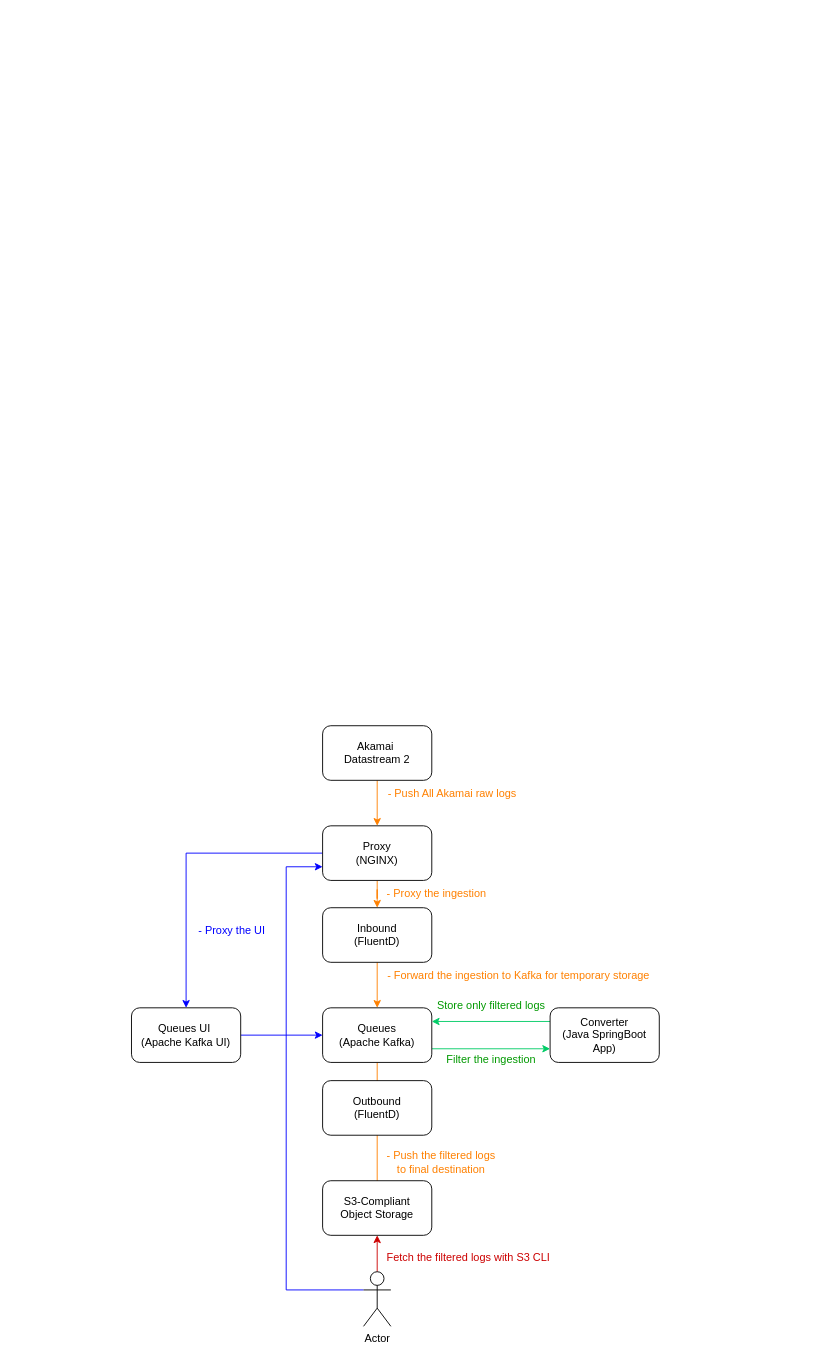
fvilarinho/akamai-ds2-dataflow keeps this draw.io diagram as architecture.drawio. Above is the earlier version. Source tidied: cells renumbered, new cells numbered last; positions are measured from the earlier drawing's top-left corner, leaving out a move shared by most shapes. Both pictures are drawn from the tidied source at 91%, with x=0, y=0 at pixel (131, 725).
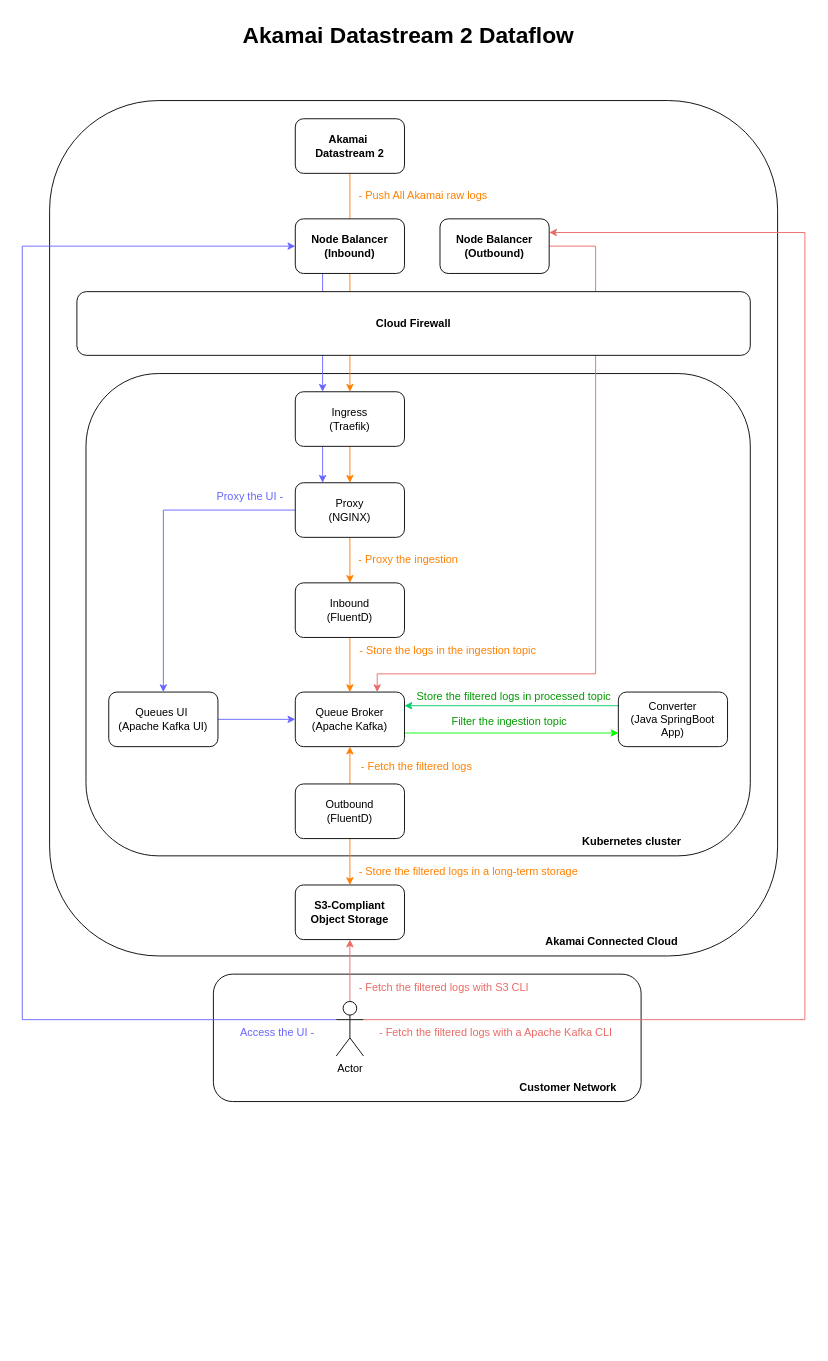
The same page after the edit.

What changed in the source:
```diff
@@
+    <mxCell id="29" style="rounded=1;whiteSpace=wrap;html=1;fillColor=none;" parent="1" vertex="1">
+      <mxGeometry x="-90" y="-687" width="800" height="940" as="geometry" />
+    </mxCell>
+    <mxCell id="30" style="rounded=1;whiteSpace=wrap;html=1;fillColor=none;" parent="1" vertex="1">
+      <mxGeometry x="90" y="273" width="470" height="140" as="geometry" />
+    </mxCell>
+    <mxCell id="31" style="rounded=1;whiteSpace=wrap;html=1;fillColor=none;" parent="1" vertex="1">
+      <mxGeometry x="-50" y="-387" width="730" height="530" as="geometry" />
+    </mxCell>
-    <mxCell id="2" style="edgeStyle=orthogonalEdgeStyle;rounded=0;jettySize=auto;html=1;exitX=0.5;exitY=1;exitDx=0;exitDy=0;strokeColor=#FF8000;" parent="1" edge="1" source="3" target="6">
+    <mxCell id="2" style="edgeStyle=orthogonalEdgeStyle;rounded=0;jettySize=auto;html=1;exitX=0.5;exitY=1;exitDx=0;exitDy=0;strokeColor=#FF8000;" parent="1" edge="1" source="41" target="6">
       <mxGeometry relative="1" as="geometry" />
     </mxCell>
+    <mxCell id="32" style="edgeStyle=orthogonalEdgeStyle;rounded=0;jettySize=auto;html=1;exitX=0.5;exitY=1;exitDx=0;exitDy=0;strokeColor=#FF8000;" parent="1" edge="1" source="3" target="41">
+      <mxGeometry relative="1" as="geometry" />
+    </mxCell>
-    <mxCell id="3" value="Akamai&amp;nbsp;&lt;div&gt;Datastream 2&lt;/div&gt;" style="rounded=1;whiteSpace=wrap;html=1;" parent="1" vertex="1">
-      <mxGeometry x="210" width="120" height="60" as="geometry" />
+    <mxCell id="3" value="Akamai&amp;nbsp;&lt;div&gt;Datastream 2&lt;/div&gt;" style="rounded=1;whiteSpace=wrap;html=1;fontStyle=1;" parent="1" vertex="1">
+      <mxGeometry x="180" y="-667" width="120" height="60" as="geometry" />
     </mxCell>
@@
-    <mxCell id="5" style="edgeStyle=orthogonalEdgeStyle;rounded=0;jettySize=auto;html=1;entryX=0.5;entryY=0;entryDx=0;entryDy=0;strokeColor=#0000FF;" parent="1" edge="1" source="6" target="24">
+    <mxCell id="5" style="edgeStyle=orthogonalEdgeStyle;rounded=0;jettySize=auto;html=1;entryX=0.5;entryY=0;entryDx=0;entryDy=0;strokeColor=#6666FF;" parent="1" edge="1" source="6" target="24">
       <mxGeometry relative="1" as="geometry" />
     </mxCell>
     <mxCell id="6" value="Proxy&lt;div&gt;(NGINX)&lt;/div&gt;" style="rounded=1;whiteSpace=wrap;html=1;" parent="1" vertex="1">
-      <mxGeometry x="210" y="110" width="120" height="60" as="geometry" />
+      <mxGeometry x="180" y="-267" width="120" height="60" as="geometry" />
     </mxCell>
@@
     <mxCell id="8" value="Inbound&lt;div&gt;(FluentD)&lt;/div&gt;" style="rounded=1;whiteSpace=wrap;html=1;" parent="1" vertex="1">
-      <mxGeometry x="210" y="200" width="120" height="60" as="geometry" />
+      <mxGeometry x="180" y="-157" width="120" height="60" as="geometry" />
     </mxCell>
-    <mxCell id="9" style="rounded=0;jettySize=auto;html=1;exitX=0.5;exitY=1;exitDx=0;exitDy=0;strokeColor=#FF8000;" parent="1" edge="1" source="11" target="14">
-      <mxGeometry relative="1" as="geometry">
-        <Array as="points">
-          <mxPoint x="270" y="550" />
-        </Array>
-      </mxGeometry>
-    </mxCell>
-    <mxCell id="10" style="edgeStyle=orthogonalEdgeStyle;rounded=0;jettySize=auto;html=1;exitX=1;exitY=0.75;exitDx=0;exitDy=0;entryX=0;entryY=0.75;entryDx=0;entryDy=0;fontColor=#009900;strokeColor=#00CC66;" parent="1" edge="1" source="11" target="13">
+    <mxCell id="10" style="edgeStyle=orthogonalEdgeStyle;rounded=0;jettySize=auto;html=1;exitX=1;exitY=0.75;exitDx=0;exitDy=0;entryX=0;entryY=0.75;entryDx=0;entryDy=0;strokeColor=#00FF00;" parent="1" edge="1" source="11" target="13">
       <mxGeometry relative="1" as="geometry" />
     </mxCell>
-    <mxCell id="11" value="Queues&lt;div&gt;(Apache Kafka)&lt;/div&gt;" style="rounded=1;whiteSpace=wrap;html=1;" parent="1" vertex="1">
-      <mxGeometry x="210" y="310" width="120" height="60" as="geometry" />
+    <mxCell id="11" value="Queue Broker&lt;div&gt;(Apache Kafka)&lt;/div&gt;" style="rounded=1;whiteSpace=wrap;html=1;" parent="1" vertex="1">
+      <mxGeometry x="180" y="-37" width="120" height="60" as="geometry" />
     </mxCell>
@@
     <mxCell id="13" value="Converter&lt;div&gt;(Java SpringBoot App)&lt;/div&gt;" style="rounded=1;whiteSpace=wrap;html=1;" parent="1" vertex="1">
-      <mxGeometry x="460" y="310" width="120" height="60" as="geometry" />
+      <mxGeometry x="535" y="-37" width="120" height="60" as="geometry" />
     </mxCell>
-    <mxCell id="14" value="S3-Compliant&lt;div&gt;Object Storage&lt;/div&gt;" style="rounded=1;whiteSpace=wrap;html=1;" parent="1" vertex="1">
-      <mxGeometry x="210" y="500" width="120" height="60" as="geometry" />
+    <mxCell id="14" value="S3-Compliant&lt;div&gt;Object Storage&lt;/div&gt;" style="rounded=1;whiteSpace=wrap;html=1;fontStyle=1;" parent="1" vertex="1">
+      <mxGeometry x="180" y="175" width="120" height="60" as="geometry" />
     </mxCell>
     <mxCell id="15" value="- Proxy the ingestion" style="text;html=1;align=center;verticalAlign=middle;strokeColor=none;fillColor=none;fontColor=#FF8000;" parent="1" vertex="1">
-      <mxGeometry x="270" y="170" width="130" height="30" as="geometry" />
+      <mxGeometry x="239" y="-197" width="130" height="30" as="geometry" />
     </mxCell>
-    <mxCell id="16" value="- Forward the ingestion to Kafka for temporary storage" style="text;html=1;align=center;verticalAlign=middle;strokeColor=none;fillColor=none;fontColor=#FF8000;" parent="1" vertex="1">
-      <mxGeometry x="270" y="260" width="310" height="30" as="geometry" />
+    <mxCell id="16" value="- Store the logs in the ingestion topic&amp;nbsp;" style="text;html=1;align=center;verticalAlign=middle;strokeColor=none;fillColor=none;fontColor=#FF8000;" parent="1" vertex="1">
+      <mxGeometry x="239" y="-97" width="220" height="30" as="geometry" />
     </mxCell>
-    <mxCell id="17" value="Filter the ingestion" style="text;html=1;align=center;verticalAlign=middle;strokeColor=none;fillColor=none;fontColor=#009900;" parent="1" vertex="1">
-      <mxGeometry x="335" y="352" width="120" height="30" as="geometry" />
-    </mxCell>
-    <mxCell id="18" value="Store only filtered logs" style="text;html=1;align=center;verticalAlign=middle;strokeColor=none;fillColor=none;fontColor=#009900;" parent="1" vertex="1">
-      <mxGeometry x="325" y="292.5" width="140" height="30" as="geometry" />
+    <mxCell id="18" value="Store the filtered logs in processed topic" style="text;html=1;align=center;verticalAlign=middle;strokeColor=none;fillColor=none;fontColor=#009900;rotation=0;" parent="1" vertex="1">
+      <mxGeometry x="300" y="-47" width="240" height="30" as="geometry" />
     </mxCell>
-    <mxCell id="19" style="edgeStyle=orthogonalEdgeStyle;rounded=0;jettySize=auto;html=1;fontColor=#CC0000;strokeColor=#CC0000;entryX=0.5;entryY=1;entryDx=0;entryDy=0;" parent="1" edge="1" source="21" target="14">
+    <mxCell id="19" style="edgeStyle=orthogonalEdgeStyle;rounded=0;jettySize=auto;html=1;fontColor=#EA6B66;strokeColor=#EA6B66;entryX=0.5;entryY=1;entryDx=0;entryDy=0;" parent="1" edge="1" source="21" target="14">
       <mxGeometry relative="1" as="geometry" />
     </mxCell>
-    <mxCell id="20" style="edgeStyle=orthogonalEdgeStyle;rounded=0;jettySize=auto;html=1;entryX=0;entryY=0.75;entryDx=0;entryDy=0;strokeColor=#0000FF;exitX=0;exitY=0.3333333333333333;exitDx=0;exitDy=0;exitPerimeter=0;" parent="1" edge="1" source="21" target="6">
-      <mxGeometry relative="1" as="geometry">
-        <Array as="points">
-          <mxPoint x="170" y="620" />
-          <mxPoint x="170" y="155" />
-        </Array>
-      </mxGeometry>
-    </mxCell>
+    <mxCell id="33" style="edgeStyle=orthogonalEdgeStyle;rounded=0;jettySize=auto;html=1;entryX=0;entryY=0.5;entryDx=0;entryDy=0;strokeColor=#6666FF;" parent="1" edge="1" source="21" target="43">
+      <mxGeometry relative="1" as="geometry">
+        <Array as="points">
+          <mxPoint x="-120" y="323" />
+          <mxPoint x="-120" y="-527" />
+        </Array>
+      </mxGeometry>
+    </mxCell>
+    <mxCell id="34" style="edgeStyle=orthogonalEdgeStyle;rounded=0;jettySize=auto;html=1;strokeColor=#EA6B66;entryX=1;entryY=0.25;entryDx=0;entryDy=0;" parent="1" edge="1" source="21" target="45">
+      <mxGeometry relative="1" as="geometry">
+        <Array as="points">
+          <mxPoint x="740" y="323" />
+          <mxPoint x="740" y="-542" />
+        </Array>
+      </mxGeometry>
+    </mxCell>
     <mxCell id="21" value="Actor" style="shape=umlActor;verticalLabelPosition=bottom;verticalAlign=top;html=1;" parent="1" vertex="1">
-      <mxGeometry x="255" y="600" width="30" height="60" as="geometry" />
+      <mxGeometry x="225" y="303" width="30" height="60" as="geometry" />
     </mxCell>
-    <mxCell id="22" value="Fetch the filtered logs with S3 CLI" style="text;html=1;align=center;verticalAlign=middle;strokeColor=none;fillColor=none;fontColor=#CC0000;" parent="1" vertex="1">
-      <mxGeometry x="270" y="570" width="200" height="30" as="geometry" />
+    <mxCell id="22" value="- Fetch the filtered logs with S3 CLI" style="text;html=1;align=center;verticalAlign=middle;strokeColor=none;fillColor=none;fontColor=#EA6B66;" parent="1" vertex="1">
+      <mxGeometry x="238" y="273" width="210" height="30" as="geometry" />
     </mxCell>
-    <mxCell id="23" style="edgeStyle=orthogonalEdgeStyle;rounded=0;jettySize=auto;html=1;entryX=0;entryY=0.5;entryDx=0;entryDy=0;strokeColor=#0000FF;" parent="1" edge="1" source="24" target="11">
+    <mxCell id="23" style="edgeStyle=orthogonalEdgeStyle;rounded=0;jettySize=auto;html=1;entryX=0;entryY=0.5;entryDx=0;entryDy=0;strokeColor=#6666FF;" parent="1" edge="1" source="24" target="11">
       <mxGeometry relative="1" as="geometry" />
     </mxCell>
     <mxCell id="24" value="&lt;div&gt;Queues UI&amp;nbsp;&lt;/div&gt;&lt;div&gt;(Apache Kafka UI)&lt;/div&gt;" style="rounded=1;whiteSpace=wrap;html=1;" parent="1" vertex="1">
-      <mxGeometry y="310" width="120" height="60" as="geometry" />
+      <mxGeometry x="-25" y="-37" width="120" height="60" as="geometry" />
     </mxCell>
-    <mxCell id="25" value="- Proxy the UI" style="text;html=1;align=center;verticalAlign=middle;strokeColor=none;fillColor=none;fontColor=#0000FF;" parent="1" vertex="1">
-      <mxGeometry x="60" y="210" width="100" height="30" as="geometry" />
+    <mxCell id="25" value="&lt;font color=&quot;#6666ff&quot;&gt;Proxy the UI -&lt;/font&gt;" style="text;html=1;align=center;verticalAlign=middle;strokeColor=none;fillColor=none;fontColor=default;" parent="1" vertex="1">
+      <mxGeometry x="80" y="-267" width="100" height="30" as="geometry" />
     </mxCell>
+    <mxCell id="35" style="edgeStyle=orthogonalEdgeStyle;rounded=0;jettySize=auto;html=1;strokeColor=#FF8000;" parent="1" edge="1" source="27" target="11">
+      <mxGeometry relative="1" as="geometry" />
+    </mxCell>
+    <mxCell id="36" style="edgeStyle=orthogonalEdgeStyle;rounded=0;jettySize=auto;html=1;entryX=0.5;entryY=0;entryDx=0;entryDy=0;strokeColor=#FF8000;" parent="1" edge="1" source="27" target="14">
+      <mxGeometry relative="1" as="geometry" />
+    </mxCell>
+    <mxCell id="27" value="&lt;div&gt;Outbound&lt;/div&gt;&lt;div&gt;(FluentD)&lt;/div&gt;" style="rounded=1;whiteSpace=wrap;html=1;" parent="1" vertex="1">
+      <mxGeometry x="180" y="64" width="120" height="60" as="geometry" />
+    </mxCell>
     <mxCell id="26" value="- Push All Akamai raw logs" style="text;html=1;align=left;verticalAlign=middle;strokeColor=none;fillColor=none;fontColor=#FF8000;" parent="1" vertex="1">
-      <mxGeometry x="280" y="60" width="160" height="30" as="geometry" />
+      <mxGeometry x="248" y="-597" width="160" height="30" as="geometry" />
     </mxCell>
-    <mxCell id="27" value="&lt;div&gt;Outbound&lt;/div&gt;&lt;div&gt;(FluentD)&lt;/div&gt;" style="rounded=1;whiteSpace=wrap;html=1;" parent="1" vertex="1">
-      <mxGeometry x="210" y="390" width="120" height="60" as="geometry" />
-    </mxCell>
-    <mxCell id="28" value="- Push the filtered logs&lt;br&gt;to final destination" style="text;html=1;align=center;verticalAlign=middle;strokeColor=none;fillColor=none;fontColor=#FF8000;" parent="1" vertex="1">
-      <mxGeometry x="270" y="460" width="140" height="40" as="geometry" />
-    </mxCell>
+    <mxCell id="37" value="- Fetch the filtered logs" style="text;html=1;align=center;verticalAlign=middle;strokeColor=none;fillColor=none;fontColor=#FF8000;" parent="1" vertex="1">
+      <mxGeometry x="238" y="30" width="150" height="30" as="geometry" />
+    </mxCell>
+    <mxCell id="17" value="Filter the ingestion topic" style="text;html=1;align=center;verticalAlign=middle;strokeColor=none;fillColor=none;fontColor=#009900;" parent="1" vertex="1">
+      <mxGeometry x="340" y="-19" width="150" height="30" as="geometry" />
+    </mxCell>
+    <mxCell id="38" value="- Store the filtered logs in a long-term storage" style="text;html=1;align=center;verticalAlign=middle;strokeColor=none;fillColor=none;fontColor=#FF8000;" parent="1" vertex="1">
+      <mxGeometry x="240" y="145" width="260" height="30" as="geometry" />
+    </mxCell>
+    <mxCell id="39" value="Access the UI -" style="text;html=1;align=center;verticalAlign=middle;strokeColor=none;fillColor=none;fontColor=#6666FF;" parent="1" vertex="1">
+      <mxGeometry x="110" y="323" width="100" height="30" as="geometry" />
+    </mxCell>
+    <mxCell id="40" style="edgeStyle=orthogonalEdgeStyle;rounded=0;jettySize=auto;html=1;exitX=0.25;exitY=1;exitDx=0;exitDy=0;entryX=0.25;entryY=0;entryDx=0;entryDy=0;strokeColor=#6666FF;" parent="1" edge="1" source="41" target="6">
+      <mxGeometry relative="1" as="geometry" />
+    </mxCell>
+    <mxCell id="41" value="Ingress&lt;div&gt;(Traefik)&lt;/div&gt;" style="rounded=1;whiteSpace=wrap;html=1;" parent="1" vertex="1">
+      <mxGeometry x="180" y="-367" width="120" height="60" as="geometry" />
+    </mxCell>
+    <mxCell id="42" style="edgeStyle=orthogonalEdgeStyle;rounded=0;jettySize=auto;html=1;exitX=0.25;exitY=1;exitDx=0;exitDy=0;entryX=0.25;entryY=0;entryDx=0;entryDy=0;strokeColor=#6666FF;" parent="1" edge="1" source="43" target="41">
+      <mxGeometry relative="1" as="geometry" />
+    </mxCell>
+    <mxCell id="43" value="Node Balancer&lt;br&gt;(Inbound)" style="rounded=1;whiteSpace=wrap;html=1;fontStyle=1;" parent="1" vertex="1">
+      <mxGeometry x="180" y="-557" width="120" height="60" as="geometry" />
+    </mxCell>
+    <mxCell id="44" style="edgeStyle=orthogonalEdgeStyle;rounded=0;jettySize=auto;html=1;entryX=0.75;entryY=0;entryDx=0;entryDy=0;strokeColor=#EA6B66;" parent="1" edge="1" source="45" target="11">
+      <mxGeometry relative="1" as="geometry">
+        <Array as="points">
+          <mxPoint x="510" y="-527" />
+          <mxPoint x="510" y="-57" />
+          <mxPoint x="270" y="-57" />
+        </Array>
+      </mxGeometry>
+    </mxCell>
+    <mxCell id="45" value="Node Balancer&lt;br&gt;(Outbound)" style="rounded=1;whiteSpace=wrap;html=1;fontStyle=1;" parent="1" vertex="1">
+      <mxGeometry x="339" y="-557" width="120" height="60" as="geometry" />
+    </mxCell>
+    <mxCell id="46" value="- Fetch the filtered logs with a Apache Kafka CLI" style="text;html=1;align=center;verticalAlign=middle;strokeColor=none;fillColor=none;fontColor=#EA6B66;" parent="1" vertex="1">
+      <mxGeometry x="260" y="323" width="280" height="30" as="geometry" />
+    </mxCell>
+    <mxCell id="47" value="Customer Network" style="text;html=1;strokeColor=none;fillColor=none;align=center;verticalAlign=middle;whiteSpace=wrap;rounded=0;fontStyle=1;" parent="1" vertex="1">
+      <mxGeometry x="360" y="383" width="240" height="30" as="geometry" />
+    </mxCell>
+    <mxCell id="48" value="Cloud Firewall" style="rounded=1;whiteSpace=wrap;html=1;fontStyle=1;" parent="1" vertex="1">
+      <mxGeometry x="-60" y="-477" width="740" height="70" as="geometry" />
+    </mxCell>
+    <mxCell id="49" value="Kubernetes cluster" style="text;html=1;strokeColor=none;fillColor=none;align=center;verticalAlign=middle;whiteSpace=wrap;rounded=0;fontStyle=1;" parent="1" vertex="1">
+      <mxGeometry x="430" y="113" width="240" height="30" as="geometry" />
+    </mxCell>
+    <mxCell id="50" value="Akamai Connected Cloud" style="text;html=1;strokeColor=none;fillColor=none;align=center;verticalAlign=middle;whiteSpace=wrap;rounded=0;fontStyle=1;" parent="1" vertex="1">
+      <mxGeometry x="408" y="223" width="240" height="30" as="geometry" />
+    </mxCell>
+    <mxCell id="51" value="Akamai Datastream 2 Dataflow" style="text;html=1;align=center;verticalAlign=middle;strokeColor=none;fillColor=none;fontSize=25;fontStyle=1;" parent="1" vertex="1">
+      <mxGeometry x="109" y="-780" width="390" height="40" as="geometry" />
+    </mxCell>
```
